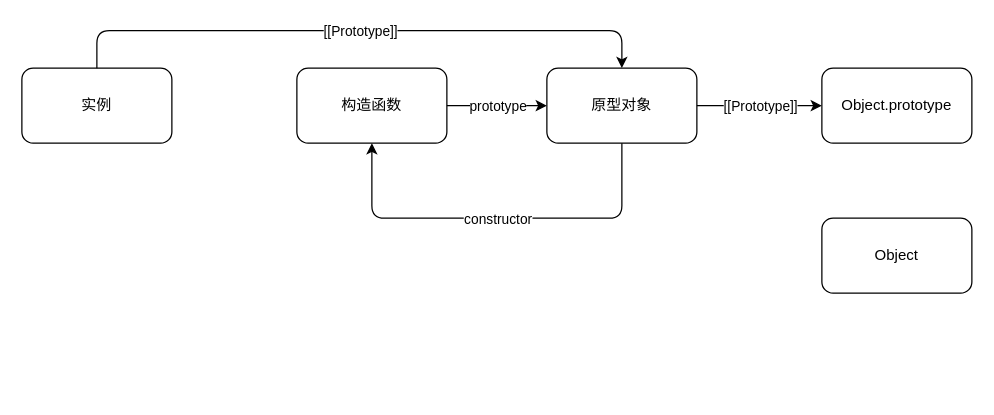
The draw.io diagram JavaScript/原型与原型链/构造函数、原型对象、实例关系.drawio in YoungMandy/Web-Front, before the edit. Source tidied: cells renumbered, new cells numbered last; positions are measured from the earlier drawing's top-left corner, leaving out a move shared by most shapes. Both pictures are drawn from the tidied source at 125%, with x=0, y=0 at pixel (21, 30).
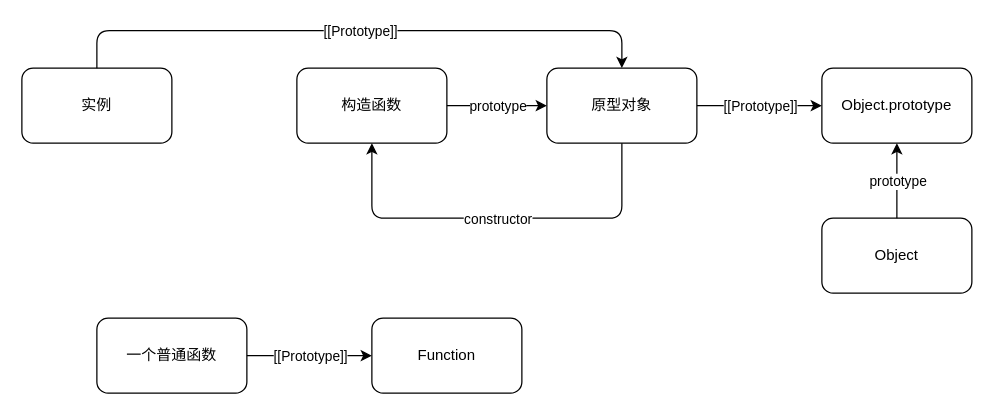
The same page after the edit.

Unchanged cells that the change refers to:
```xml
<mxCell id="11" value="Object.prototype" style="rounded=1;whiteSpace=wrap;html=1;" parent="1" vertex="1">
  <mxGeometry x="640" y="30" width="120" height="60" as="geometry" />
</mxCell>
<mxCell id="12" value="Object" style="rounded=1;whiteSpace=wrap;html=1;" parent="1" vertex="1">
  <mxGeometry x="640" y="150" width="120" height="60" as="geometry" />
</mxCell>
```

The edit, as a diff of the source:
```diff
@@
+    <mxCell id="15" style="endArrow=classic;html=1;exitX=0.5;exitY=0;exitDx=0;exitDy=0;entryX=0.5;entryY=1;entryDx=0;entryDy=0;" parent="1" edge="1" source="12" target="11">
+      <mxGeometry relative="1" as="geometry" />
+    </mxCell>
+    <mxCell id="16" value="prototype" style="edgeLabel;html=1;align=center;verticalAlign=middle;" parent="15" vertex="1">
+      <mxGeometry relative="1" as="geometry" />
+    </mxCell>
+    <mxCell id="17" value="一个普通函数" style="rounded=1;whiteSpace=wrap;html=1;" parent="1" vertex="1">
+      <mxGeometry x="60" y="230" width="120" height="60" as="geometry" />
+    </mxCell>
+    <mxCell id="18" value="Function" style="rounded=1;whiteSpace=wrap;html=1;" parent="1" vertex="1">
+      <mxGeometry x="280" y="230" width="120" height="60" as="geometry" />
+    </mxCell>
+    <mxCell id="19" style="endArrow=classic;html=1;" parent="1" edge="1" source="17">
+      <mxGeometry relative="1" as="geometry">
+        <mxPoint x="280" y="260" as="targetPoint" />
+      </mxGeometry>
+    </mxCell>
+    <mxCell id="20" value="[[Prototype]]" style="edgeLabel;html=1;align=center;verticalAlign=middle;" parent="19" vertex="1">
+      <mxGeometry relative="1" as="geometry" />
+    </mxCell>
```
